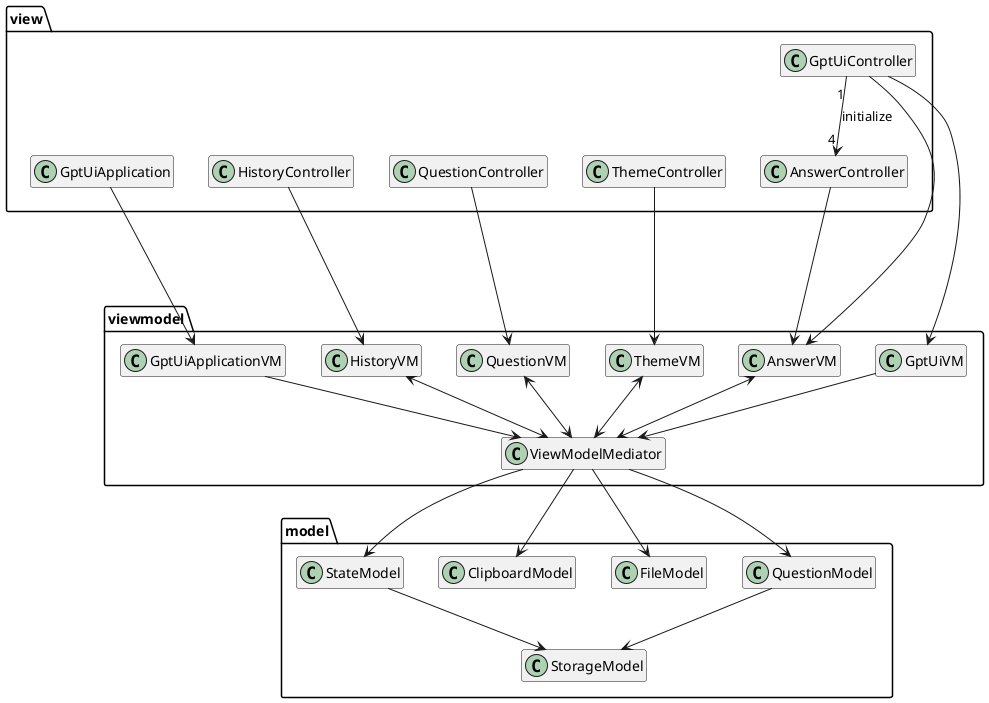
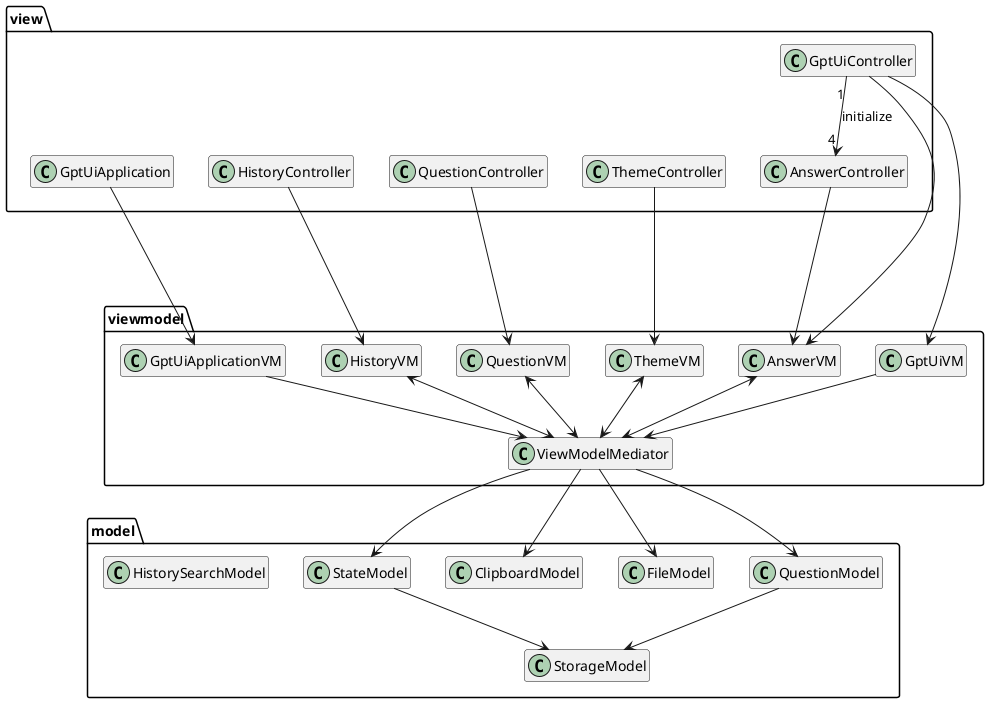
@startuml
hide empty members

package view {
    class GptUiController
    together {
        class GptUiApplication
        class HistoryController
        class QuestionController
        class ThemeController
        class AnswerController
    }
}

package viewmodel {
    class GptUiApplicationVM
    class AnswerVM
    class GptUiVM
    class HistoryVM
    class QuestionVM
    class ThemeVM
    class ViewModelMediator
}

package model{
    class StateModel
    class ClipboardModel
    class FileModel
    class QuestionModel
    class StorageModel
+     class HistorySearchModel
}

GptUiApplication --> GptUiApplicationVM

GptUiApplicationVM --> ViewModelMediator

ThemeController ---> ThemeVM
QuestionController ---> QuestionVM
HistoryController ---> HistoryVM
AnswerController --> AnswerVM

GptUiController "1" --> "4" AnswerController: initialize
GptUiController --> AnswerVM
GptUiController --> GptUiVM

ThemeVM <--> ViewModelMediator
QuestionVM <--> ViewModelMediator
HistoryVM <--> ViewModelMediator
GptUiVM --> ViewModelMediator
AnswerVM <--> ViewModelMediator

StateModel --> StorageModel
QuestionModel --> StorageModel

ViewModelMediator --> StateModel
ViewModelMediator --> QuestionModel
ViewModelMediator --> ClipboardModel
ViewModelMediator --> FileModel


@enduml